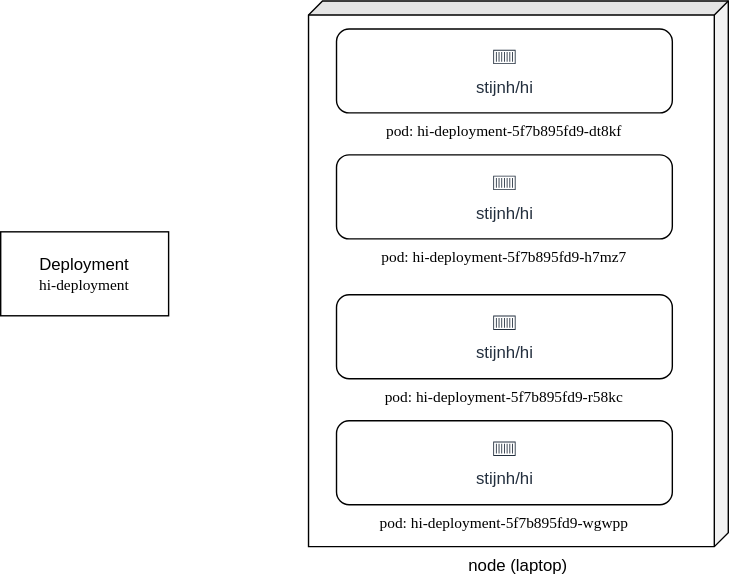
This is kubernetes/diagrams/deployment.svg from sheymans/elementsOf, a draw.io export, as it was before one commit. Source tidied: cells renumbered, new cells last; positions are measured from the earlier drawing's top-left corner, leaving out a move shared by most shapes.
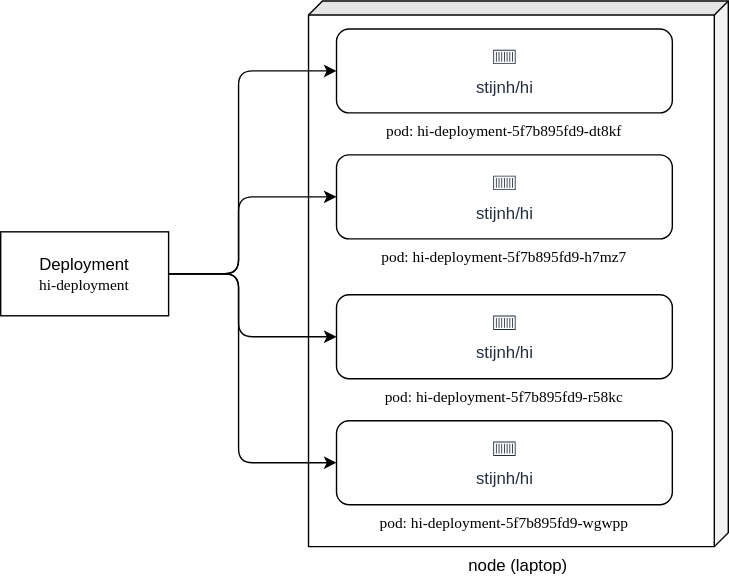
Above is the later version.

Commit message:
First pass of pods/deployments

What changed in the source:
```diff
@@ -35,5 +35,37 @@
     <mxCell id="12" value="Deployment&lt;br&gt;&lt;p class=&quot;p1&quot; style=&quot;margin: 0px ; font-stretch: normal ; font-size: 11px ; line-height: normal ; font-family: &amp;#34;menlo&amp;#34;&quot;&gt;&lt;span class=&quot;s1&quot;&gt;hi-deployment&lt;/span&gt;&lt;/p&gt;" style="rounded=0;whiteSpace=wrap;html=1;" parent="1" vertex="1">
       <mxGeometry y="165" width="120" height="60" as="geometry" />
     </mxCell>
+    <mxCell id="13" style="endArrow=classic;html=1;exitX=1;exitY=0.5;exitDx=0;exitDy=0;entryX=0;entryY=0.5;entryDx=0;entryDy=0;" parent="1" edge="1" source="12" target="3">
+      <mxGeometry relative="1" as="geometry">
+        <Array as="points">
+          <mxPoint x="170" y="195" />
+          <mxPoint x="170" y="50" />
+        </Array>
+      </mxGeometry>
+    </mxCell>
+    <mxCell id="14" style="endArrow=classic;html=1;exitX=1;exitY=0.5;exitDx=0;exitDy=0;entryX=0;entryY=0.5;entryDx=0;entryDy=0;" parent="1" edge="1" source="12" target="6">
+      <mxGeometry relative="1" as="geometry">
+        <Array as="points">
+          <mxPoint x="170" y="195" />
+          <mxPoint x="170" y="140" />
+        </Array>
+      </mxGeometry>
+    </mxCell>
+    <mxCell id="15" style="endArrow=classic;html=1;exitX=1;exitY=0.5;exitDx=0;exitDy=0;entryX=0;entryY=0.5;entryDx=0;entryDy=0;" parent="1" edge="1" source="12" target="10">
+      <mxGeometry relative="1" as="geometry">
+        <Array as="points">
+          <mxPoint x="170" y="195" />
+          <mxPoint x="170" y="240" />
+        </Array>
+      </mxGeometry>
+    </mxCell>
+    <mxCell id="16" style="endArrow=classic;html=1;exitX=1;exitY=0.5;exitDx=0;exitDy=0;entryX=0;entryY=0.5;entryDx=0;entryDy=0;" parent="1" edge="1" source="12" target="8">
+      <mxGeometry relative="1" as="geometry">
+        <Array as="points">
+          <mxPoint x="170" y="195" />
+          <mxPoint x="170" y="330" />
+        </Array>
+      </mxGeometry>
+    </mxCell>
   </root>
 </mxGraphModel>
```
